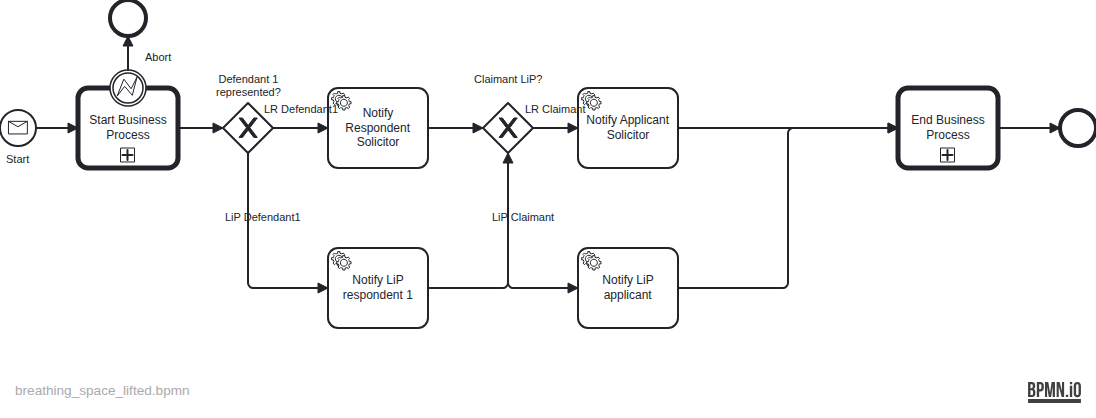
Before: docs/bpmn-diagrams/breathing_space_lifted.png, a diagram exported from BPMN (hmcts/civil-service). Its source is kept beside it as src/main/resources/camunda/breathing_space_lifted.bpmn. Ids are renumbered.
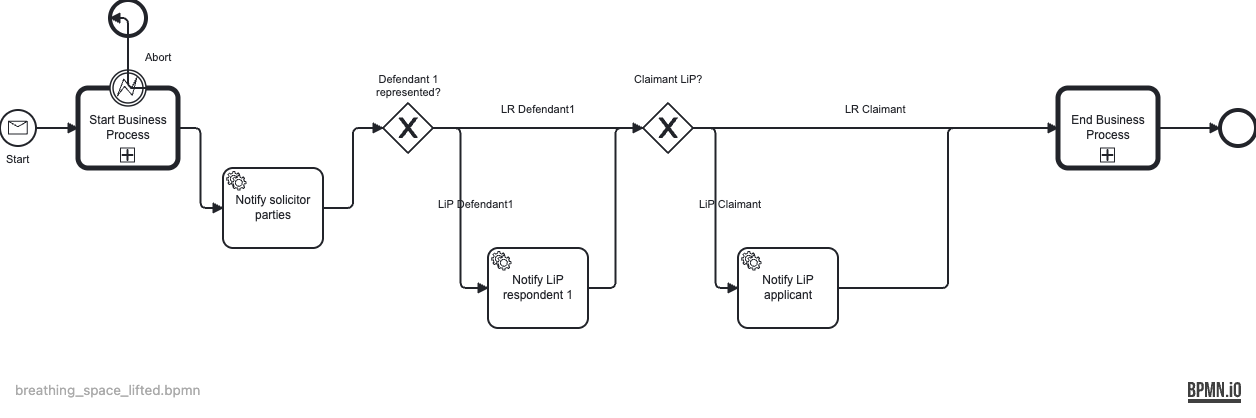
The same file after the commit.

Change to the diagram source:
```diff
@@ -1,5 +1,15 @@
 <bpmn:definitions xmlns:bpmn="http://www.omg.org/spec/BPMN/20100524/MODEL" xmlns:bpmndi="http://www.omg.org/spec/BPMN/20100524/DI" xmlns:dc="http://www.omg.org/spec/DD/20100524/DC" xmlns:camunda="http://camunda.org/schema/1.0/bpmn" xmlns:di="http://www.omg.org/spec/DD/20100524/DI" xmlns:xsi="http://www.w3.org/2001/XMLSchema-instance" xmlns:modeler="http://camunda.org/schema/modeler/1.0" id="Definitions_n1" targetNamespace="http://bpmn.io/schema/bpmn" exporter="Camunda Modeler" exporterVersion="5.40.1" modeler:executionPlatform="Camunda Platform" modeler:executionPlatformVersion="7.15.0">
   <bpmn:process id="BREATHING_SPACE_LIFTED" name="Breathing space lifted spec" isExecutable="true" camunda:historyTimeToLive="P90D">
+    <bpmn:serviceTask id="BreathingSpaceLiftedNotifyParties" name="Notify solicitor parties" camunda:type="external" camunda:topic="processCaseEvent">
+      <bpmn:extensionElements>
+        <camunda:inputOutput>
+          <camunda:inputParameter name="caseEvent">NOTIFY_EVENT</camunda:inputParameter>
+        </camunda:inputOutput>
+      </bpmn:extensionElements>
+      <bpmn:incoming>Flow_n7</bpmn:incoming>
+      <bpmn:outgoing>Flow_Lifted_Framework</bpmn:outgoing>
+    </bpmn:serviceTask>
+    <bpmn:sequenceFlow id="Flow_Lifted_Framework" sourceRef="BreathingSpaceLiftedNotifyParties" targetRef="Gateway_Defendant1" />
     <bpmn:startEvent id="Event_n2" name="Start">
       <bpmn:outgoing>Flow_n3</bpmn:outgoing>
       <bpmn:messageEventDefinition id="MessageEventDefinition_n4" messageRef="Message_n5" />
@@ -21,16 +31,16 @@
     </bpmn:boundaryEvent>
     <bpmn:sequenceFlow id="Flow_n3" sourceRef="Event_n2" targetRef="Activity_n6" />
     <bpmn:sequenceFlow id="Flow_n9" sourceRef="Event_n10" targetRef="Event_n8" />
-    <bpmn:sequenceFlow id="Flow_n7" sourceRef="Activity_n6" targetRef="Gateway_Defendant1" />
+    <bpmn:sequenceFlow id="Flow_n7" sourceRef="Activity_n6" targetRef="BreathingSpaceLiftedNotifyParties" />
     <bpmn:exclusiveGateway id="Gateway_Defendant1" name="Defendant 1 represented?">
-      <bpmn:incoming>Flow_n7</bpmn:incoming>
+      <bpmn:incoming>Flow_Lifted_Framework</bpmn:incoming>
       <bpmn:outgoing>Flow_Def1_Lip</bpmn:outgoing>
       <bpmn:outgoing>Flow_Def1_Lr</bpmn:outgoing>
     </bpmn:exclusiveGateway>
     <bpmn:sequenceFlow id="Flow_Def1_Lip" name="LiP Defendant1" sourceRef="Gateway_Defendant1" targetRef="BreathingSpaceLiftedNotifyLipRespondent1">
       <bpmn:conditionExpression xsi:type="bpmn:tFormalExpression">${!empty flowFlags.UNREPRESENTED_DEFENDANT_ONE &amp;&amp; flowFlags.UNREPRESENTED_DEFENDANT_ONE}</bpmn:conditionExpression>
     </bpmn:sequenceFlow>
-    <bpmn:sequenceFlow id="Flow_Def1_Lr" name="LR Defendant1" sourceRef="Gateway_Defendant1" targetRef="NotifyRespondentSolicitorBSLifted">
+    <bpmn:sequenceFlow id="Flow_Def1_Lr" name="LR Defendant1" sourceRef="Gateway_Defendant1" targetRef="Gateway_Claimant">
       <bpmn:conditionExpression xsi:type="bpmn:tFormalExpression">${empty flowFlags.UNREPRESENTED_DEFENDANT_ONE || (!empty flowFlags.UNREPRESENTED_DEFENDANT_ONE &amp;&amp; !flowFlags.UNREPRESENTED_DEFENDANT_ONE)}</bpmn:conditionExpression>
     </bpmn:sequenceFlow>
     <bpmn:serviceTask id="BreathingSpaceLiftedNotifyLipRespondent1" name="Notify LiP respondent 1" camunda:type="external" camunda:topic="processCaseEvent">
@@ -43,26 +53,16 @@
       <bpmn:outgoing>Flow_LipDef1_ToClaimant</bpmn:outgoing>
     </bpmn:serviceTask>
     <bpmn:sequenceFlow id="Flow_LipDef1_ToClaimant" sourceRef="BreathingSpaceLiftedNotifyLipRespondent1" targetRef="Gateway_Claimant" />
-    <bpmn:serviceTask id="NotifyRespondentSolicitorBSLifted" name="Notify Respondent Solicitor" camunda:type="external" camunda:topic="processCaseEvent">
-      <bpmn:extensionElements>
-        <camunda:inputOutput>
-          <camunda:inputParameter name="caseEvent">NOTIFY_RESPONDENT_SOLICITOR1_BREATHING_SPACE_LIFTED</camunda:inputParameter>
-        </camunda:inputOutput>
-      </bpmn:extensionElements>
-      <bpmn:incoming>Flow_Def1_Lr</bpmn:incoming>
-      <bpmn:outgoing>Flow_LrDef1_ToClaimant</bpmn:outgoing>
-    </bpmn:serviceTask>
-    <bpmn:sequenceFlow id="Flow_LrDef1_ToClaimant" sourceRef="NotifyRespondentSolicitorBSLifted" targetRef="Gateway_Claimant" />
     <bpmn:exclusiveGateway id="Gateway_Claimant" name="Claimant LiP?">
       <bpmn:incoming>Flow_LipDef1_ToClaimant</bpmn:incoming>
-      <bpmn:incoming>Flow_LrDef1_ToClaimant</bpmn:incoming>
+      <bpmn:incoming>Flow_Def1_Lr</bpmn:incoming>
       <bpmn:outgoing>Flow_Claimant_Lip</bpmn:outgoing>
       <bpmn:outgoing>Flow_Claimant_Lr</bpmn:outgoing>
     </bpmn:exclusiveGateway>
     <bpmn:sequenceFlow id="Flow_Claimant_Lip" name="LiP Claimant" sourceRef="Gateway_Claimant" targetRef="BreathingSpaceLiftedNotifyLipApplicant">
       <bpmn:conditionExpression xsi:type="bpmn:tFormalExpression">${!empty flowFlags.LIP_CASE &amp;&amp; flowFlags.LIP_CASE}</bpmn:conditionExpression>
     </bpmn:sequenceFlow>
-    <bpmn:sequenceFlow id="Flow_Claimant_Lr" name="LR Claimant" sourceRef="Gateway_Claimant" targetRef="NotifyApplicantSolicitorBSLifted">
+    <bpmn:sequenceFlow id="Flow_Claimant_Lr" name="LR Claimant" sourceRef="Gateway_Claimant" targetRef="Activity_n16">
       <bpmn:conditionExpression xsi:type="bpmn:tFormalExpression">${empty flowFlags.LIP_CASE || (!empty flowFlags.LIP_CASE &amp;&amp; !flowFlags.LIP_CASE)}</bpmn:conditionExpression>
     </bpmn:sequenceFlow>
     <bpmn:serviceTask id="BreathingSpaceLiftedNotifyLipApplicant" name="Notify LiP applicant" camunda:type="external" camunda:topic="processCaseEvent">
@@ -74,15 +74,6 @@
       <bpmn:incoming>Flow_Claimant_Lip</bpmn:incoming>
       <bpmn:outgoing>Flow_n12</bpmn:outgoing>
     </bpmn:serviceTask>
-    <bpmn:serviceTask id="NotifyApplicantSolicitorBSLifted" name="Notify Applicant Solicitor" camunda:type="external" camunda:topic="processCaseEvent">
-      <bpmn:extensionElements>
-        <camunda:inputOutput>
-          <camunda:inputParameter name="caseEvent">NOTIFY_APPLICANT_SOLICITOR1_BREATHING_SPACE_LIFTED</camunda:inputParameter>
-        </camunda:inputOutput>
-      </bpmn:extensionElements>
-      <bpmn:incoming>Flow_Claimant_Lr</bpmn:incoming>
-      <bpmn:outgoing>Flow_n13</bpmn:outgoing>
-    </bpmn:serviceTask>
     <bpmn:endEvent id="Event_n14">
       <bpmn:incoming>Flow_n15</bpmn:incoming>
     </bpmn:endEvent>
@@ -90,12 +81,11 @@
       <bpmn:extensionElements>
         <camunda:in variables="all" />
       </bpmn:extensionElements>
-      <bpmn:incoming>Flow_n13</bpmn:incoming>
+      <bpmn:incoming>Flow_Claimant_Lr</bpmn:incoming>
       <bpmn:incoming>Flow_n12</bpmn:incoming>
       <bpmn:outgoing>Flow_n15</bpmn:outgoing>
     </bpmn:callActivity>
     <bpmn:sequenceFlow id="Flow_n15" sourceRef="Activity_n16" targetRef="Event_n14" />
-    <bpmn:sequenceFlow id="Flow_n13" sourceRef="NotifyApplicantSolicitorBSLifted" targetRef="Activity_n16" />
     <bpmn:sequenceFlow id="Flow_n12" sourceRef="BreathingSpaceLiftedNotifyLipApplicant" targetRef="Activity_n16" />
   </bpmn:process>
   <bpmn:message id="Message_n17" name="LIFT_BREATHING_SPACE_SPEC" />
@@ -115,34 +105,28 @@
         <dc:Bounds x="262" y="102" width="36" height="36" />
       </bpmndi:BPMNShape>
       <bpmndi:BPMNShape id="Gateway_Defendant1_di" bpmnElement="Gateway_Defendant1" isMarkerVisible="true">
-        <dc:Bounds x="375" y="205" width="50" height="50" />
+        <dc:Bounds x="535" y="205" width="50" height="50" />
         <bpmndi:BPMNLabel>
-          <dc:Bounds x="358" y="175" width="85" height="27" />
+          <dc:Bounds x="518" y="175" width="85" height="27" />
         </bpmndi:BPMNLabel>
       </bpmndi:BPMNShape>
       <bpmndi:BPMNShape id="Activity_LipDef1_di" bpmnElement="BreathingSpaceLiftedNotifyLipRespondent1">
-        <dc:Bounds x="480" y="350" width="100" height="80" />
-      </bpmndi:BPMNShape>
-      <bpmndi:BPMNShape id="Activity_0eg1mu3_di" bpmnElement="NotifyRespondentSolicitorBSLifted">
-        <dc:Bounds x="480" y="190" width="100" height="80" />
+        <dc:Bounds x="640" y="350" width="100" height="80" />
       </bpmndi:BPMNShape>
       <bpmndi:BPMNShape id="Gateway_Claimant_di" bpmnElement="Gateway_Claimant" isMarkerVisible="true">
-        <dc:Bounds x="635" y="205" width="50" height="50" />
+        <dc:Bounds x="795" y="205" width="50" height="50" />
         <bpmndi:BPMNLabel>
-          <dc:Bounds x="626" y="175" width="69" height="14" />
+          <dc:Bounds x="786" y="175" width="69" height="14" />
         </bpmndi:BPMNLabel>
       </bpmndi:BPMNShape>
       <bpmndi:BPMNShape id="Activity_LipApplicant_di" bpmnElement="BreathingSpaceLiftedNotifyLipApplicant">
-        <dc:Bounds x="730" y="350" width="100" height="80" />
-      </bpmndi:BPMNShape>
-      <bpmndi:BPMNShape id="Activity_0g2c2ji_di" bpmnElement="NotifyApplicantSolicitorBSLifted">
-        <dc:Bounds x="730" y="190" width="100" height="80" />
+        <dc:Bounds x="890" y="350" width="100" height="80" />
       </bpmndi:BPMNShape>
       <bpmndi:BPMNShape id="Event_n14_di" bpmnElement="Event_n14">
-        <dc:Bounds x="1212" y="212" width="36" height="36" />
+        <dc:Bounds x="1372" y="212" width="36" height="36" />
       </bpmndi:BPMNShape>
       <bpmndi:BPMNShape id="Activity_n16_di" bpmnElement="Activity_n16">
-        <dc:Bounds x="1050" y="190" width="100" height="80" />
+        <dc:Bounds x="1210" y="190" width="100" height="80" />
       </bpmndi:BPMNShape>
       <bpmndi:BPMNShape id="Event_n10_di" bpmnElement="Event_n10">
         <dc:Bounds x="262" y="172" width="36" height="36" />
@@ -155,53 +139,61 @@
         <di:waypoint x="230" y="230" />
       </bpmndi:BPMNEdge>
       <bpmndi:BPMNEdge id="Flow_n9_di" bpmnElement="Flow_n9">
-        <di:waypoint x="280" y="172" />
-        <di:waypoint x="280" y="138" />
+        <di:waypoint x="298" y="190" />
+        <di:waypoint x="280" y="190" />
+        <di:waypoint x="280" y="120" />
+        <di:waypoint x="262" y="120" />
       </bpmndi:BPMNEdge>
       <bpmndi:BPMNEdge id="Flow_n7_di" bpmnElement="Flow_n7">
         <di:waypoint x="330" y="230" />
-        <di:waypoint x="375" y="230" />
+        <di:waypoint x="352.5" y="230" />
+        <di:waypoint x="352.5" y="310" />
+        <di:waypoint x="375" y="310" />
       </bpmndi:BPMNEdge>
       <bpmndi:BPMNEdge id="Flow_Def1_Lip_di" bpmnElement="Flow_Def1_Lip">
-        <di:waypoint x="400" y="255" />
-        <di:waypoint x="400" y="390" />
-        <di:waypoint x="480" y="390" />
+        <di:waypoint x="585" y="230" />
+        <di:waypoint x="612.5" y="230" />
+        <di:waypoint x="612.5" y="390" />
+        <di:waypoint x="640" y="390" />
       </bpmndi:BPMNEdge>
       <bpmndi:BPMNEdge id="Flow_Def1_Lr_di" bpmnElement="Flow_Def1_Lr">
-        <di:waypoint x="425" y="230" />
-        <di:waypoint x="480" y="230" />
+        <di:waypoint x="585" y="230" />
+        <di:waypoint x="795" y="230" />
       </bpmndi:BPMNEdge>
       <bpmndi:BPMNEdge id="Flow_LipDef1_ToClaimant_di" bpmnElement="Flow_LipDef1_ToClaimant">
-        <di:waypoint x="580" y="390" />
-        <di:waypoint x="660" y="390" />
-        <di:waypoint x="660" y="255" />
-      </bpmndi:BPMNEdge>
-      <bpmndi:BPMNEdge id="Flow_LrDef1_ToClaimant_di" bpmnElement="Flow_LrDef1_ToClaimant">
-        <di:waypoint x="580" y="230" />
-        <di:waypoint x="635" y="230" />
+        <di:waypoint x="740" y="390" />
+        <di:waypoint x="767.5" y="390" />
+        <di:waypoint x="767.5" y="230" />
+        <di:waypoint x="795" y="230" />
       </bpmndi:BPMNEdge>
       <bpmndi:BPMNEdge id="Flow_Claimant_Lip_di" bpmnElement="Flow_Claimant_Lip">
-        <di:waypoint x="660" y="255" />
-        <di:waypoint x="660" y="390" />
-        <di:waypoint x="730" y="390" />
+        <di:waypoint x="845" y="230" />
+        <di:waypoint x="867.5" y="230" />
+        <di:waypoint x="867.5" y="390" />
+        <di:waypoint x="890" y="390" />
       </bpmndi:BPMNEdge>
       <bpmndi:BPMNEdge id="Flow_Claimant_Lr_di" bpmnElement="Flow_Claimant_Lr">
-        <di:waypoint x="685" y="230" />
-        <di:waypoint x="730" y="230" />
+        <di:waypoint x="845" y="230" />
+        <di:waypoint x="1210" y="230" />
       </bpmndi:BPMNEdge>
       <bpmndi:BPMNEdge id="Flow_n15_di" bpmnElement="Flow_n15">
-        <di:waypoint x="1150" y="230" />
-        <di:waypoint x="1212" y="230" />
-      </bpmndi:BPMNEdge>
-      <bpmndi:BPMNEdge id="Flow_n13_di" bpmnElement="Flow_n13">
-        <di:waypoint x="830" y="230" />
-        <di:waypoint x="1050" y="230" />
+        <di:waypoint x="1310" y="230" />
+        <di:waypoint x="1372" y="230" />
       </bpmndi:BPMNEdge>
       <bpmndi:BPMNEdge id="Flow_n12_di" bpmnElement="Flow_n12">
-        <di:waypoint x="830" y="390" />
-        <di:waypoint x="940" y="390" />
-        <di:waypoint x="940" y="230" />
-        <di:waypoint x="1050" y="230" />
+        <di:waypoint x="990" y="390" />
+        <di:waypoint x="1100" y="390" />
+        <di:waypoint x="1100" y="230" />
+        <di:waypoint x="1210" y="230" />
+      </bpmndi:BPMNEdge>
+      <bpmndi:BPMNShape id="BreathingSpaceLiftedNotifyParties_di" bpmnElement="BreathingSpaceLiftedNotifyParties">
+        <dc:Bounds x="375" y="270" width="100" height="80" />
+      </bpmndi:BPMNShape>
+      <bpmndi:BPMNEdge id="Flow_Lifted_Framework_di" bpmnElement="Flow_Lifted_Framework">
+        <di:waypoint x="475" y="310" />
+        <di:waypoint x="505" y="310" />
+        <di:waypoint x="505" y="230" />
+        <di:waypoint x="535" y="230" />
       </bpmndi:BPMNEdge>
     </bpmndi:BPMNPlane>
   </bpmndi:BPMNDiagram>
```
